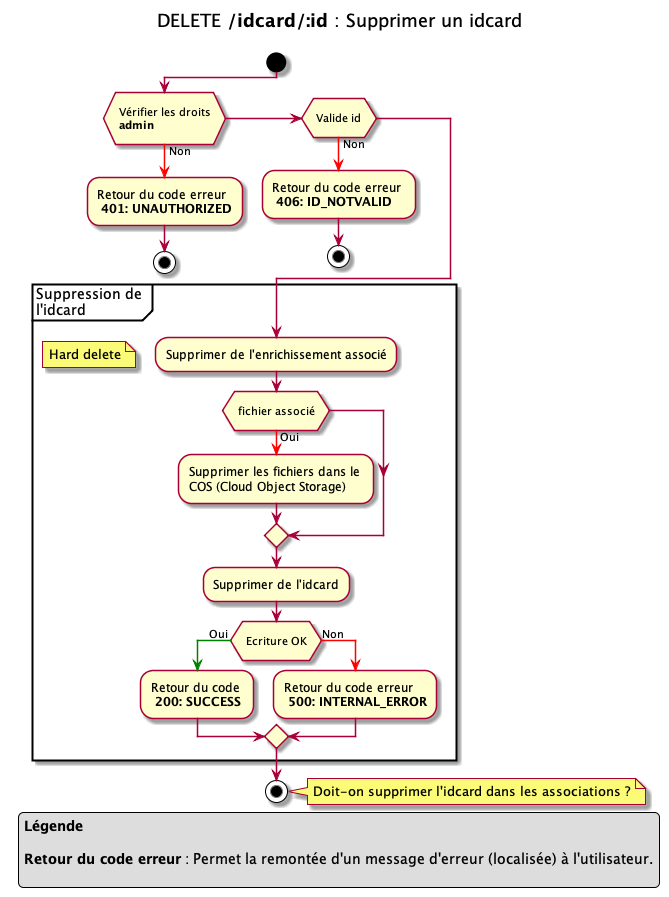
cogirep/documentation keeps this PlantUML diagram as 01.byd-DataFactory/1.ArchitectureDossier/images/idcard_delete.png. Above is the earlier version.
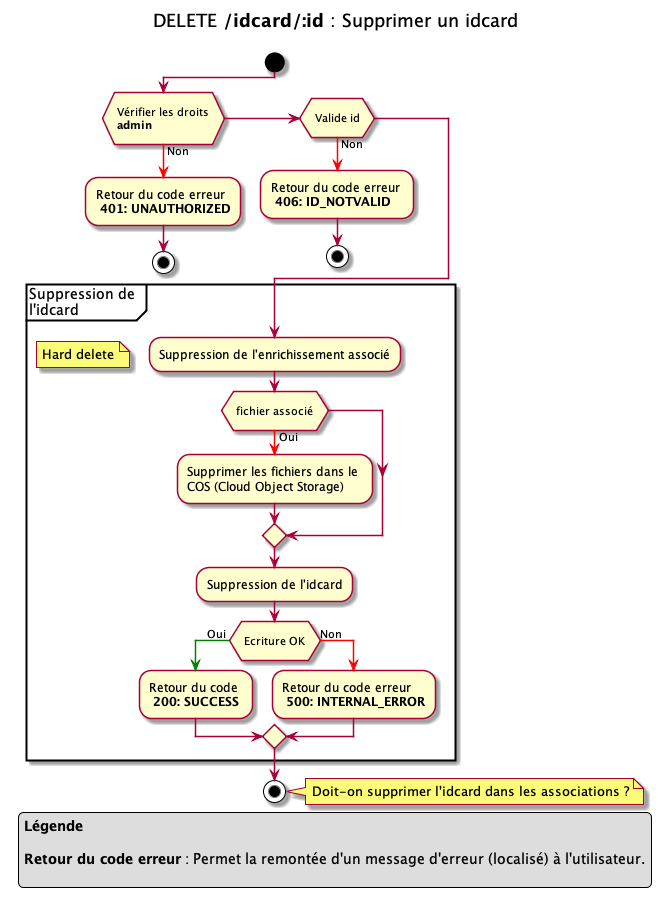
Above is the later version.

The edit, as a diff of the source:
```diff
@@ -18,13 +18,13 @@
 
 
 partition "Suppression de \nl'idcard" {
-    -Supprimer de l'enrichissement associé
+    -Suppression de l'enrichissement associé
     floating note left: Hard delete
     if ( \n fichier associé \n )
     -[#red]-> Oui;
     -Supprimer les fichiers dans le \nCOS (Cloud Object Storage)
     endif
-    -Supprimer de l'idcard
+    -Suppression de l'idcard
     if ( \n Ecriture OK \n )
     -[#green]-> Oui ;
     -Retour du code \n **200: SUCCESS**
@@ -42,7 +42,7 @@
 legend
 **Légende**
 
-**Retour du code erreur** : Permet la remontée d'un message d'erreur (localisée) à l'utilisateur.
+**Retour du code erreur** : Permet la remontée d'un message d'erreur (localisé) à l'utilisateur.
 
 endlegend
 
```
